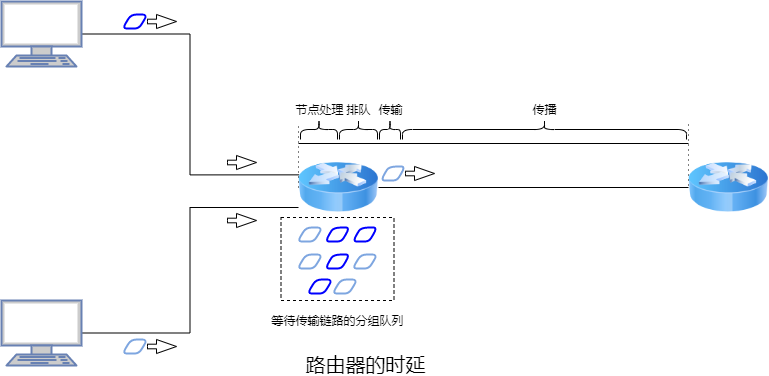
Before: compute-networking/img/total_nodal_delay_of_router.png, a diagram exported from draw.io (an-die-freude/computer-network-note). Source tidied: cells renumbered, new cells last; positions are measured from the earlier drawing's top-left corner, leaving out a move shared by most shapes.
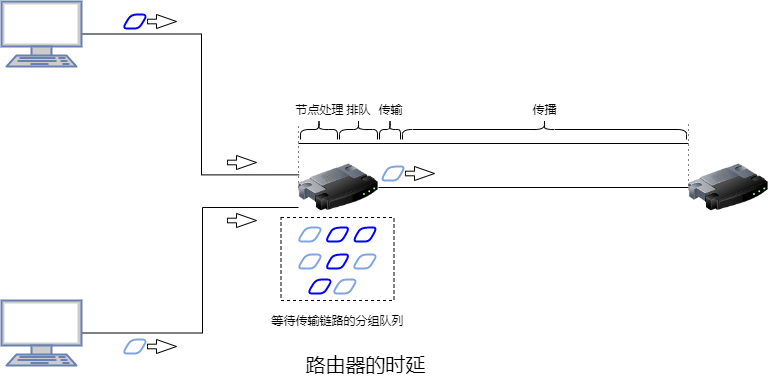
After the change.

The edit, as a diff of the source:
```diff
@@ -2,14 +2,26 @@
   <root>
     <mxCell id="0" />
     <mxCell id="1" parent="0" />
-    <mxCell id="2" style="edgeStyle=orthogonalEdgeStyle;rounded=0;jettySize=auto;html=1;entryX=0.008;entryY=0.342;entryDx=0;entryDy=0;endArrow=none;endFill=0;entryPerimeter=0;" parent="1" edge="1" source="3" target="25">
-      <mxGeometry relative="1" as="geometry" />
+    <mxCell id="2" style="edgeStyle=orthogonalEdgeStyle;rounded=0;jettySize=auto;html=1;entryX=0.008;entryY=0.342;entryDx=0;entryDy=0;endArrow=none;endFill=0;entryPerimeter=0;" parent="1" edge="1" source="3">
+      <mxGeometry relative="1" as="geometry">
+        <mxPoint x="297.6" y="173.4" as="targetPoint" />
+        <Array as="points">
+          <mxPoint x="200" y="33" />
+          <mxPoint x="200" y="173" />
+        </Array>
+      </mxGeometry>
     </mxCell>
     <mxCell id="3" style="fontColor=#0066CC;verticalAlign=top;verticalLabelPosition=bottom;labelPosition=center;align=center;html=1;outlineConnect=0;fillColor=#CCCCCC;strokeColor=#6881B3;gradientColor=none;gradientDirection=north;strokeWidth=2;shape=mxgraph.networks.terminal;" parent="1" vertex="1">
       <mxGeometry width="80" height="65" as="geometry" />
     </mxCell>
-    <mxCell id="4" style="edgeStyle=orthogonalEdgeStyle;rounded=0;jettySize=auto;html=1;entryX=0;entryY=0.75;entryDx=0;entryDy=0;endArrow=none;endFill=0;" parent="1" edge="1" source="5" target="25">
-      <mxGeometry relative="1" as="geometry" />
+    <mxCell id="4" style="edgeStyle=orthogonalEdgeStyle;rounded=0;jettySize=auto;html=1;entryX=0;entryY=0.75;entryDx=0;entryDy=0;endArrow=none;endFill=0;" parent="1" edge="1" source="5">
+      <mxGeometry relative="1" as="geometry">
+        <mxPoint x="297" y="206" as="targetPoint" />
+        <Array as="points">
+          <mxPoint x="201" y="332" />
+          <mxPoint x="201" y="206" />
+        </Array>
+      </mxGeometry>
     </mxCell>
     <mxCell id="5" style="fontColor=#0066CC;verticalAlign=top;verticalLabelPosition=bottom;labelPosition=center;align=center;html=1;outlineConnect=0;fillColor=#CCCCCC;strokeColor=#6881B3;gradientColor=none;gradientDirection=north;strokeWidth=2;shape=mxgraph.networks.terminal;" parent="1" vertex="1">
       <mxGeometry y="299" width="80" height="65" as="geometry" />
@@ -68,23 +80,21 @@
     <mxCell id="23" style="html=1;shadow=0;dashed=0;align=center;verticalAlign=middle;shape=mxgraph.arrows2.arrow;dy=0.67;dx=20;notch=0;" parent="1" vertex="1">
       <mxGeometry x="226" y="212" width="29" height="14" as="geometry" />
     </mxCell>
-    <mxCell id="24" style="edgeStyle=orthogonalEdgeStyle;rounded=0;jettySize=auto;html=1;endArrow=none;endFill=0;" parent="1" edge="1" source="25" target="26">
-      <mxGeometry relative="1" as="geometry" />
+    <mxCell id="24" style="edgeStyle=orthogonalEdgeStyle;rounded=0;orthogonalLoop=1;jettySize=auto;html=1;endArrow=none;endFill=0;" parent="1" edge="1">
+      <mxGeometry relative="1" as="geometry">
+        <mxPoint x="377" y="186" as="sourcePoint" />
+        <mxPoint x="687" y="186" as="targetPoint" />
+      </mxGeometry>
     </mxCell>
-    <mxCell id="25" style="image;html=1;image=img/lib/clip_art/networking/Router_Icon_128x128.png;" parent="1" vertex="1">
-      <mxGeometry x="297" y="146" width="80" height="80" as="geometry" />
-    </mxCell>
-    <mxCell id="26" style="image;html=1;image=img/lib/clip_art/networking/Router_Icon_128x128.png;" parent="1" vertex="1">
-      <mxGeometry x="687" y="146" width="80" height="80" as="geometry" />
-    </mxCell>
     <mxCell id="27" style="endArrow=none;html=1;rounded=0;endFill=0;" parent="1" edge="1">
       <mxGeometry relative="1" as="geometry">
         <mxPoint x="297" y="142" as="sourcePoint" />
         <mxPoint x="687" y="142" as="targetPoint" />
       </mxGeometry>
     </mxCell>
-    <mxCell id="28" style="endArrow=none;html=1;rounded=0;exitX=0;exitY=0.5;exitDx=0;exitDy=0;dashed=1;dashPattern=1 4;" parent="1" edge="1" source="25">
+    <mxCell id="28" style="endArrow=none;html=1;rounded=0;exitX=0;exitY=0.5;exitDx=0;exitDy=0;dashed=1;dashPattern=1 4;" parent="1" edge="1">
       <mxGeometry relative="1" as="geometry">
+        <mxPoint x="297" y="186" as="sourcePoint" />
         <mxPoint x="297" y="121" as="targetPoint" />
       </mxGeometry>
     </mxCell>
@@ -121,5 +131,11 @@
     <mxCell id="38" value="&lt;font style=&quot;font-size: 20px&quot;&gt;路由器的时延&lt;/font&gt;" style="text;html=1;align=center;verticalAlign=middle;strokeColor=none;fillColor=none;" parent="1" vertex="1">
       <mxGeometry x="299" y="352" width="130" height="21" as="geometry" />
     </mxCell>
+    <mxCell id="39" style="image;html=1;image=img/lib/clip_art/networking/Router_128x128.png;" parent="1" vertex="1">
+      <mxGeometry x="297" y="146" width="80" height="80" as="geometry" />
+    </mxCell>
+    <mxCell id="40" style="image;html=1;image=img/lib/clip_art/networking/Router_128x128.png;" parent="1" vertex="1">
+      <mxGeometry x="687" y="146" width="80" height="80" as="geometry" />
+    </mxCell>
   </root>
 </mxGraphModel>
```
